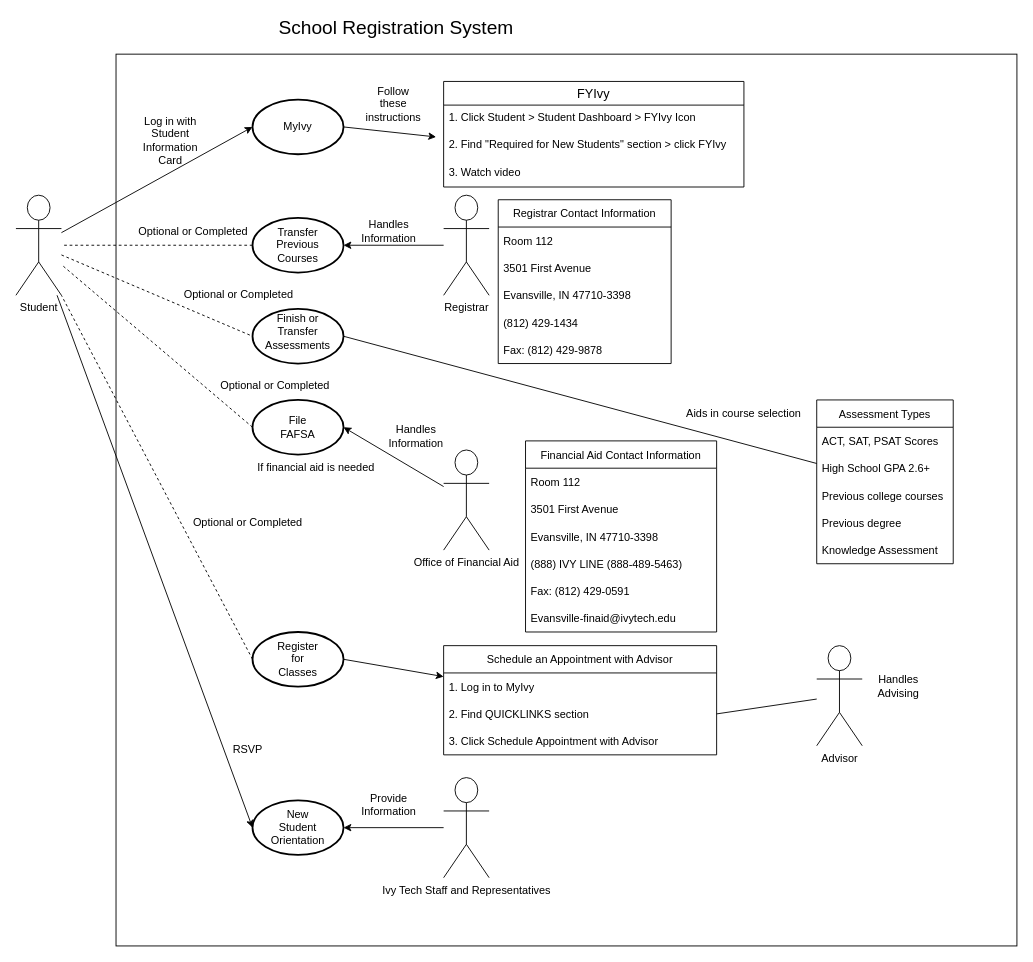
TheJMan56/hello-world keeps this draw.io diagram as DAILY_JUSTIN_M03DB.drawio. Above is the earlier version. Source tidied: cells renumbered, new cells numbered last; positions are measured from the earlier drawing's top-left corner, leaving out a move shared by most shapes. Both pictures are drawn from the tidied source at 91%, with x=0, y=0 at pixel (15, 17).
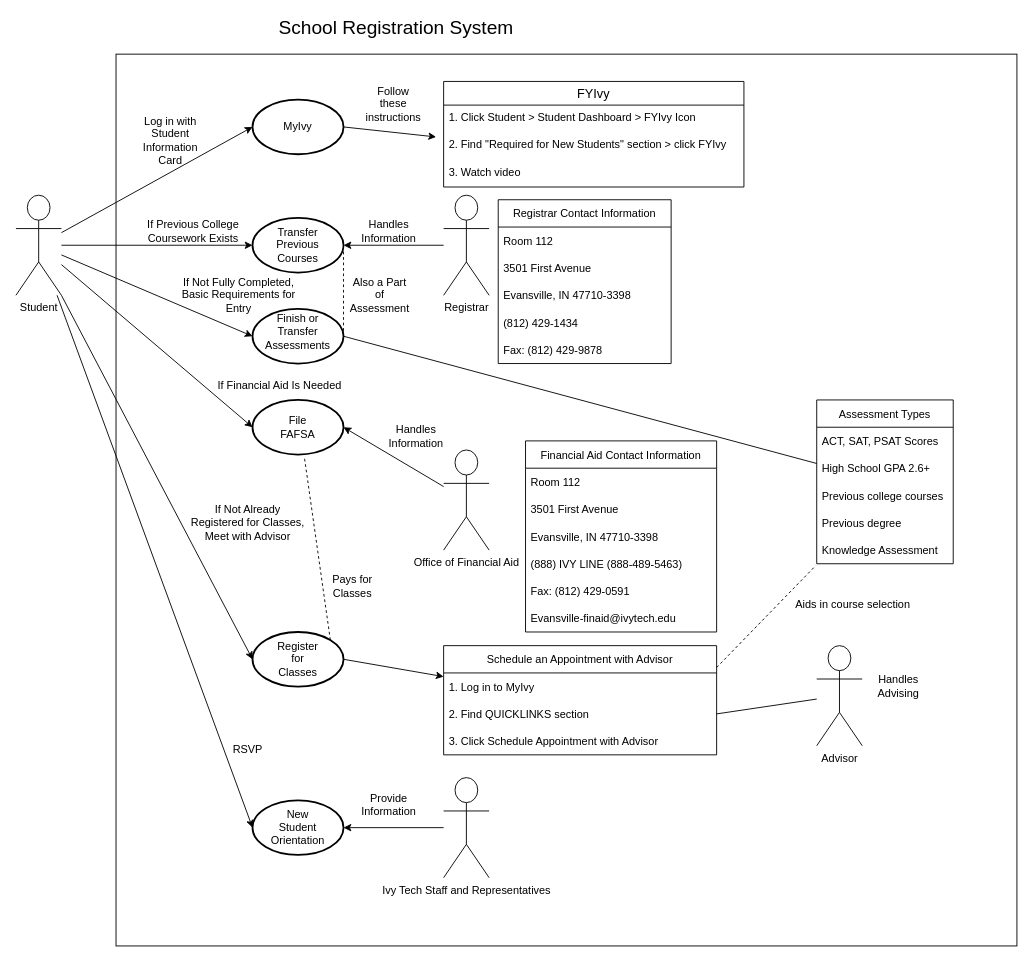
After the change.

Unchanged cells that the change refers to:
```xml
<mxCell id="3" value="Student" style="shape=umlActor;verticalLabelPosition=bottom;labelBackgroundColor=#ffffff;verticalAlign=top;html=1;outlineConnect=0;" parent="1" vertex="1">
  <mxGeometry y="195" width="50" height="110" as="geometry" />
</mxCell>
<mxCell id="16" style="strokeWidth=2;html=1;shape=mxgraph.flowchart.start_1;whiteSpace=wrap;" parent="1" vertex="1">
  <mxGeometry x="260" y="220" width="100" height="60" as="geometry" />
</mxCell>
<mxCell id="29" style="strokeWidth=2;html=1;shape=mxgraph.flowchart.start_1;whiteSpace=wrap;" parent="1" vertex="1">
  <mxGeometry x="260" y="320" width="100" height="60" as="geometry" />
</mxCell>
<mxCell id="36" value="Knowledge Assessment" style="text;strokeColor=none;fillColor=none;align=left;verticalAlign=middle;spacingLeft=4;spacingRight=4;overflow=hidden;points=[[0,0.5],[1,0.5]];portConstraint=eastwest;" parent="31" vertex="1">
  <mxGeometry y="150" width="150" height="30" as="geometry" />
</mxCell>
<mxCell id="39" style="strokeWidth=2;html=1;shape=mxgraph.flowchart.start_1;whiteSpace=wrap;" parent="1" vertex="1">
  <mxGeometry x="260" y="420" width="100" height="60" as="geometry" />
</mxCell>
<mxCell id="55" style="strokeWidth=2;html=1;shape=mxgraph.flowchart.start_1;whiteSpace=wrap;" parent="1" vertex="1">
  <mxGeometry x="260" y="675" width="100" height="60" as="geometry" />
</mxCell>
<mxCell id="60" value="Schedule an Appointment with Advisor" style="swimlane;fontStyle=0;horizontal=1;startSize=30;" parent="1" vertex="1">
  <mxGeometry x="470" y="690" width="300" height="120" as="geometry" />
</mxCell>
```

The edit, as a diff of the source:
```diff
@@
-    <mxCell id="18" style="endArrow=none;dashed=1;html=1;rounded=0;exitX=0;exitY=0.5;exitDx=0;exitDy=0;exitPerimeter=0;" parent="1" edge="1" source="16" target="3">
-      <mxGeometry relative="1" as="geometry" />
-    </mxCell>
-    <mxCell id="19" value="Optional or Completed" style="text;html=1;strokeColor=none;fillColor=none;align=center;verticalAlign=middle;whiteSpace=wrap;rounded=0;" parent="1" vertex="1">
+    <mxCell id="19" value="If Not Fully Completed, Basic Requirements for Entry" style="text;html=1;strokeColor=none;fillColor=none;align=center;verticalAlign=middle;whiteSpace=wrap;rounded=0;" parent="1" vertex="1">
       <mxGeometry x="180" y="290" width="130" height="30" as="geometry" />
     </mxCell>
@@
-    <mxCell id="28" style="endArrow=none;dashed=1;html=1;rounded=0;entryX=0;entryY=0.5;entryDx=0;entryDy=0;entryPerimeter=0;" parent="1" edge="1" source="3" target="29">
-      <mxGeometry relative="1" as="geometry" />
-    </mxCell>
@@
     <mxCell id="38" value="Aids in course selection" style="text;html=1;strokeColor=none;fillColor=none;align=center;verticalAlign=middle;whiteSpace=wrap;rounded=0;" parent="1" vertex="1">
-      <mxGeometry x="720" y="420" width="160" height="30" as="geometry" />
+      <mxGeometry x="840" y="630" width="160" height="30" as="geometry" />
     </mxCell>
@@
-    <mxCell id="41" style="endArrow=none;dashed=1;html=1;rounded=0;exitX=0;exitY=0.5;exitDx=0;exitDy=0;exitPerimeter=0;" parent="1" edge="1" source="39" target="3">
-      <mxGeometry relative="1" as="geometry" />
-    </mxCell>
@@
-    <mxCell id="52" value="Optional or Completed" style="text;html=1;strokeColor=none;fillColor=none;align=center;verticalAlign=middle;whiteSpace=wrap;rounded=0;" parent="1" vertex="1">
+    <mxCell id="52" value="If Previous College Coursework Exists" style="text;html=1;strokeColor=none;fillColor=none;align=center;verticalAlign=middle;whiteSpace=wrap;rounded=0;" parent="1" vertex="1">
       <mxGeometry x="130" y="220" width="130" height="30" as="geometry" />
     </mxCell>
-    <mxCell id="53" value="Optional or Completed" style="text;html=1;strokeColor=none;fillColor=none;align=center;verticalAlign=middle;whiteSpace=wrap;rounded=0;" parent="1" vertex="1">
-      <mxGeometry x="220" y="390" width="130" height="30" as="geometry" />
-    </mxCell>
-    <mxCell id="54" value="If financial aid is needed" style="text;html=1;strokeColor=none;fillColor=none;align=center;verticalAlign=middle;whiteSpace=wrap;rounded=0;" parent="1" vertex="1">
-      <mxGeometry x="260" y="480" width="140" height="30" as="geometry" />
+    <mxCell id="54" value="If Financial Aid Is Needed" style="text;html=1;strokeColor=none;fillColor=none;align=center;verticalAlign=middle;whiteSpace=wrap;rounded=0;" parent="1" vertex="1">
+      <mxGeometry x="220" y="390" width="140" height="30" as="geometry" />
     </mxCell>
@@
-    <mxCell id="57" style="endArrow=none;dashed=1;html=1;rounded=0;entryX=1;entryY=1;entryDx=0;entryDy=0;entryPerimeter=0;exitX=0;exitY=0.5;exitDx=0;exitDy=0;exitPerimeter=0;" parent="1" edge="1" source="55" target="3">
-      <mxGeometry relative="1" as="geometry" />
-    </mxCell>
-    <mxCell id="58" value="Optional or Completed" style="text;html=1;strokeColor=none;fillColor=none;align=center;verticalAlign=middle;whiteSpace=wrap;rounded=0;" parent="1" vertex="1">
+    <mxCell id="58" value="If Not Already Registered for Classes, Meet with Advisor" style="text;html=1;strokeColor=none;fillColor=none;align=center;verticalAlign=middle;whiteSpace=wrap;rounded=0;" parent="1" vertex="1">
       <mxGeometry x="190" y="540" width="130" height="30" as="geometry" />
     </mxCell>
@@
+    <mxCell id="74" style="endArrow=classic;html=1;rounded=0;entryX=1;entryY=1;entryDx=0;entryDy=0;" parent="1" edge="1" source="3" target="52">
+      <mxGeometry relative="1" as="geometry" />
+    </mxCell>
+    <mxCell id="28" style="endArrow=classic;html=1;rounded=0;entryX=0;entryY=0.5;entryDx=0;entryDy=0;entryPerimeter=0;" parent="1" edge="1" source="3" target="29">
+      <mxGeometry relative="1" as="geometry" />
+    </mxCell>
+    <mxCell id="75" style="endArrow=classic;html=1;rounded=0;entryX=0;entryY=0.5;entryDx=0;entryDy=0;entryPerimeter=0;" parent="1" edge="1" source="3" target="39">
+      <mxGeometry relative="1" as="geometry" />
+    </mxCell>
+    <mxCell id="76" style="endArrow=classic;html=1;rounded=0;entryX=0;entryY=0.5;entryDx=0;entryDy=0;entryPerimeter=0;exitX=1;exitY=1;exitDx=0;exitDy=0;exitPerimeter=0;" parent="1" edge="1" source="3" target="55">
+      <mxGeometry relative="1" as="geometry" />
+    </mxCell>
+    <mxCell id="77" style="endArrow=none;dashed=1;html=1;rounded=0;entryX=-0.007;entryY=1.067;entryDx=0;entryDy=0;entryPerimeter=0;exitX=1;exitY=0.2;exitDx=0;exitDy=0;exitPerimeter=0;" parent="1" edge="1" source="60" target="36">
+      <mxGeometry relative="1" as="geometry" />
+    </mxCell>
+    <mxCell id="78" style="endArrow=none;dashed=1;html=1;rounded=0;entryX=0.57;entryY=1.05;entryDx=0;entryDy=0;entryPerimeter=0;exitX=0.855;exitY=0.145;exitDx=0;exitDy=0;exitPerimeter=0;" parent="1" edge="1" source="55" target="39">
+      <mxGeometry relative="1" as="geometry" />
+    </mxCell>
+    <mxCell id="79" value="Pays for Classes" style="text;html=1;strokeColor=none;fillColor=none;align=center;verticalAlign=middle;whiteSpace=wrap;rounded=0;" parent="1" vertex="1">
+      <mxGeometry x="340" y="610" width="60" height="30" as="geometry" />
+    </mxCell>
+    <mxCell id="80" style="endArrow=none;dashed=1;html=1;rounded=0;entryX=1;entryY=0.5;entryDx=0;entryDy=0;entryPerimeter=0;exitX=1;exitY=0.5;exitDx=0;exitDy=0;exitPerimeter=0;" parent="1" edge="1" source="29" target="16">
+      <mxGeometry relative="1" as="geometry" />
+    </mxCell>
+    <mxCell id="81" value="Also a Part of Assessment" style="text;html=1;strokeColor=none;fillColor=none;align=center;verticalAlign=middle;whiteSpace=wrap;rounded=0;" parent="1" vertex="1">
+      <mxGeometry x="370" y="290" width="60" height="30" as="geometry" />
+    </mxCell>
```
